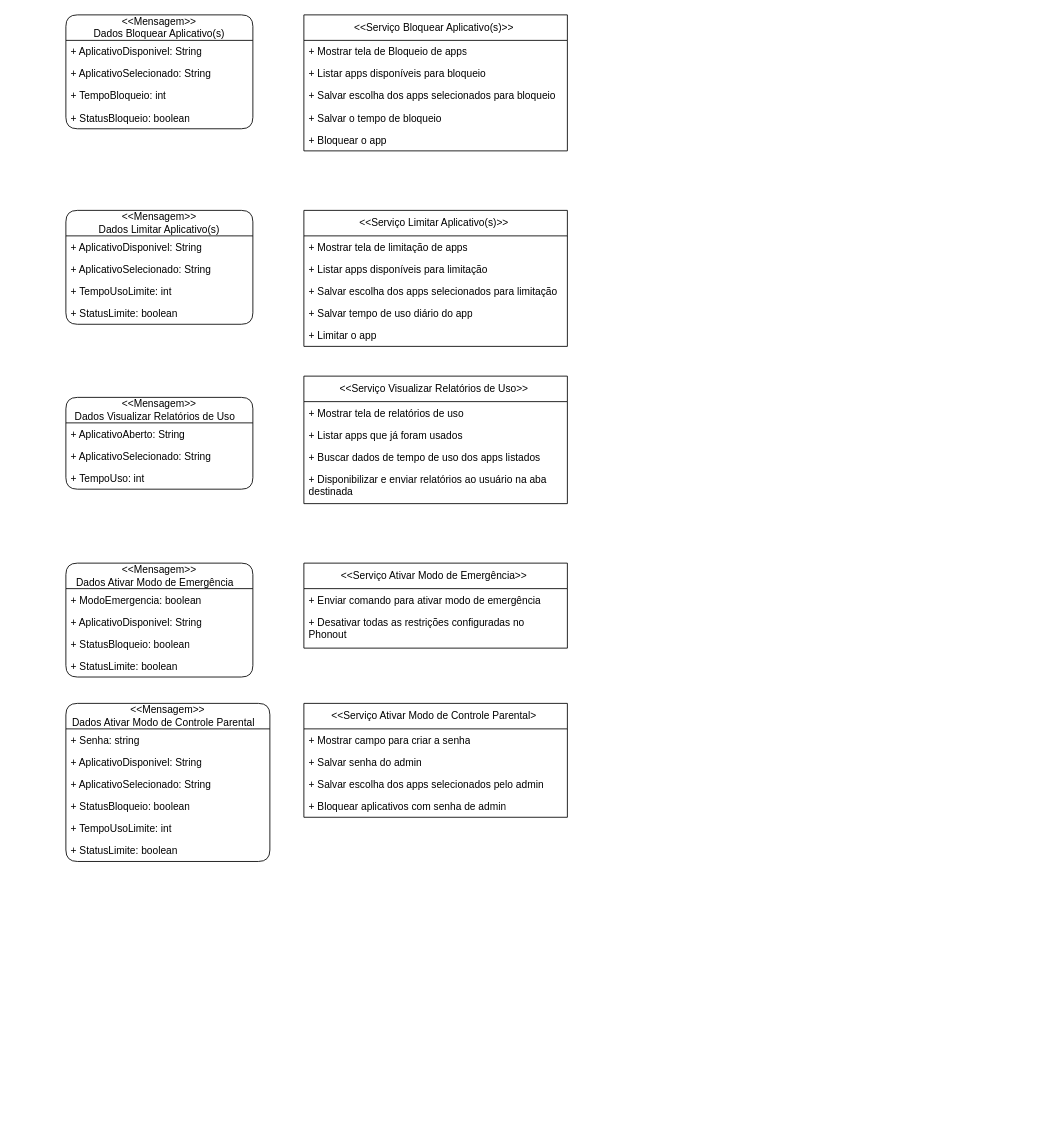
diegomeira2812/Phonout keeps this draw.io diagram as DIAGRAMAS/Design_EsquemaDeMensagens.drawio. Above is the earlier version. Source tidied: cells renumbered, new cells numbered last; positions are measured from the earlier drawing's top-left corner, leaving out a move shared by most shapes. Both pictures are drawn from the tidied source at 85%, with x=0, y=0 at pixel (65, 14).
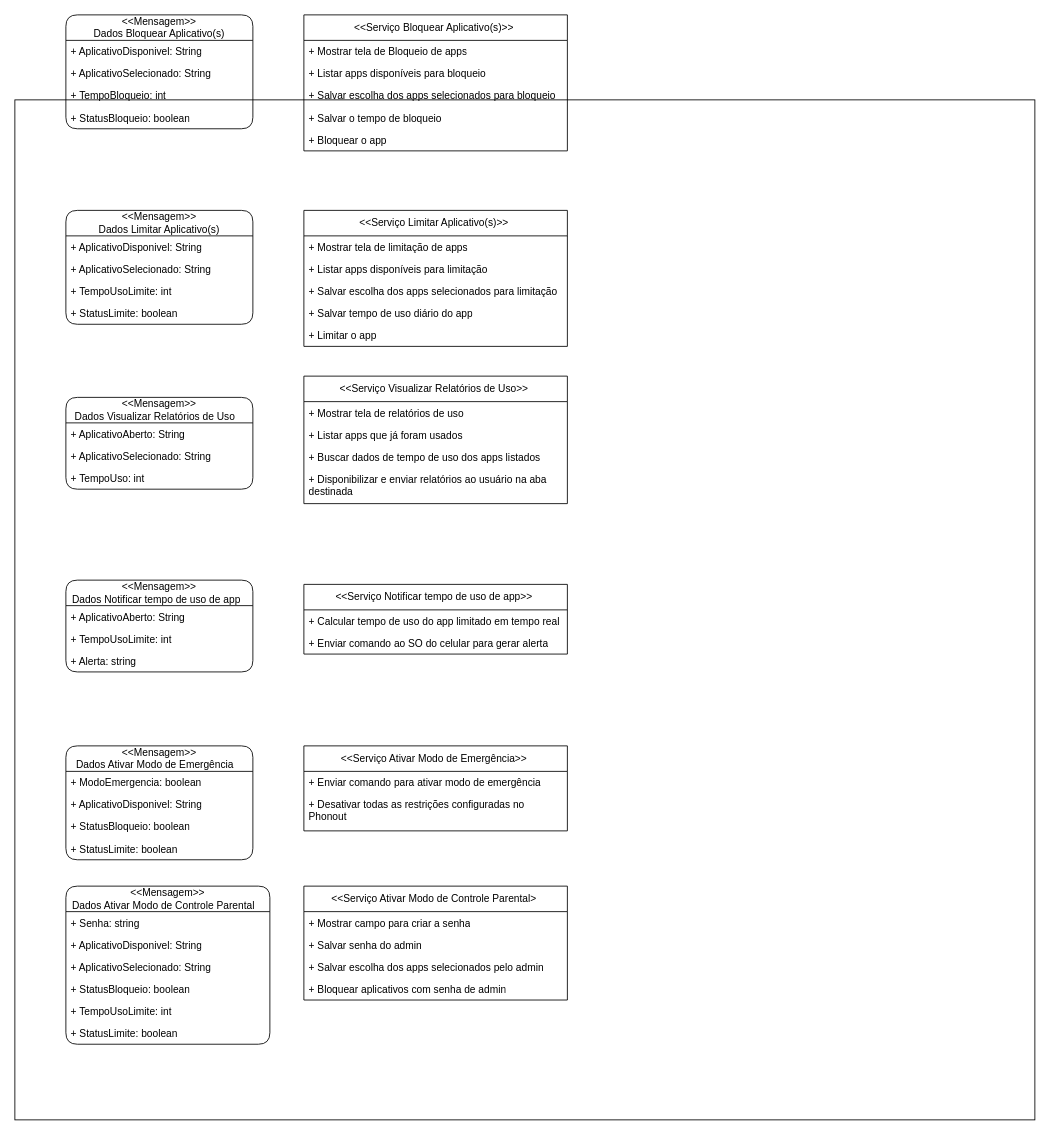
The same page after the edit.

Commit message (it also covers changes not shown here):
ATT esquema de mensagens(design)

The edit, as a diff of the source:
```diff
@@
+    <mxCell id="53" style="whiteSpace=wrap;html=1;" parent="1" vertex="1">
+      <mxGeometry x="-60" y="100" width="1200" height="1200" as="geometry" />
+    </mxCell>
@@
     <mxCell id="33" value="&amp;lt;&amp;lt;Mensagem&amp;gt;&amp;gt;&lt;div&gt;Dados Ativar Modo de Emergência&amp;nbsp; &amp;nbsp;&lt;/div&gt;" style="swimlane;fontStyle=0;horizontal=1;startSize=30;fillColor=none;whiteSpace=wrap;html=1;rounded=1;" parent="1" vertex="1">
-      <mxGeometry y="645" width="220" height="134" as="geometry" />
+      <mxGeometry y="860" width="220" height="134" as="geometry" />
     </mxCell>
@@
     <mxCell id="38" value="&amp;lt;&amp;lt;Serviço Ativar Modo de Emergência&amp;gt;&amp;gt;&amp;nbsp;" style="swimlane;fontStyle=0;horizontal=1;startSize=30;fillColor=none;whiteSpace=wrap;html=1;" parent="1" vertex="1">
-      <mxGeometry x="280" y="645" width="310" height="100" as="geometry" />
+      <mxGeometry x="280" y="860" width="310" height="100" as="geometry" />
     </mxCell>
@@
     <mxCell id="41" value="&amp;lt;&amp;lt;Mensagem&amp;gt;&amp;gt;&lt;div&gt;Dados Ativar Modo de Controle Parental&amp;nbsp; &amp;nbsp;&lt;/div&gt;" style="swimlane;fontStyle=0;horizontal=1;startSize=30;fillColor=none;whiteSpace=wrap;html=1;rounded=1;" parent="1" vertex="1">
-      <mxGeometry y="810" width="240" height="186" as="geometry" />
+      <mxGeometry y="1025" width="240" height="186" as="geometry" />
     </mxCell>
@@
     <mxCell id="48" value="&amp;lt;&amp;lt;Serviço Ativar Modo de Controle Parental&amp;gt;&amp;nbsp;" style="swimlane;fontStyle=0;horizontal=1;startSize=30;fillColor=none;whiteSpace=wrap;html=1;" parent="1" vertex="1">
-      <mxGeometry x="280" y="810" width="310" height="134" as="geometry" />
+      <mxGeometry x="280" y="1025" width="310" height="134" as="geometry" />
     </mxCell>
@@
+    <mxCell id="54" value="&amp;lt;&amp;lt;Mensagem&amp;gt;&amp;gt;&lt;div&gt;Dados Notificar tempo de uso de app &amp;nbsp;&lt;/div&gt;" style="swimlane;fontStyle=0;horizontal=1;startSize=30;fillColor=none;whiteSpace=wrap;html=1;rounded=1;" parent="1" vertex="1">
+      <mxGeometry y="665" width="220" height="108" as="geometry" />
+    </mxCell>
+    <mxCell id="55" value="+ AplicativoAberto: String" style="text;strokeColor=none;fillColor=none;align=left;verticalAlign=top;spacingLeft=4;spacingRight=4;overflow=hidden;whiteSpace=wrap;html=1;" parent="54" vertex="1">
+      <mxGeometry y="30" width="220" height="26" as="geometry" />
+    </mxCell>
+    <mxCell id="56" value="+ TempoUsoLimite: int" style="text;strokeColor=none;fillColor=none;align=left;verticalAlign=top;spacingLeft=4;spacingRight=4;overflow=hidden;whiteSpace=wrap;html=1;" parent="54" vertex="1">
+      <mxGeometry y="56" width="220" height="26" as="geometry" />
+    </mxCell>
+    <mxCell id="57" value="+ Alerta: string" style="text;strokeColor=none;fillColor=none;align=left;verticalAlign=top;spacingLeft=4;spacingRight=4;overflow=hidden;whiteSpace=wrap;html=1;" parent="54" vertex="1">
+      <mxGeometry y="82" width="220" height="26" as="geometry" />
+    </mxCell>
+    <mxCell id="58" value="&amp;lt;&amp;lt;Serviço Notificar tempo de uso de app&amp;gt;&amp;gt;&amp;nbsp;" style="swimlane;fontStyle=0;horizontal=1;startSize=30;fillColor=none;whiteSpace=wrap;html=1;" parent="1" vertex="1">
+      <mxGeometry x="280" y="670" width="310" height="82" as="geometry" />
+    </mxCell>
+    <mxCell id="59" value="+ Calcular tempo de uso do app limitado em tempo real" style="text;strokeColor=none;fillColor=none;align=left;verticalAlign=top;spacingLeft=4;spacingRight=4;overflow=hidden;whiteSpace=wrap;html=1;" parent="58" vertex="1">
+      <mxGeometry y="30" width="310" height="26" as="geometry" />
+    </mxCell>
+    <mxCell id="60" value="+ Enviar comando ao SO do celular para gerar alerta" style="text;strokeColor=none;fillColor=none;align=left;verticalAlign=top;spacingLeft=4;spacingRight=4;overflow=hidden;whiteSpace=wrap;html=1;" parent="58" vertex="1">
+      <mxGeometry y="56" width="310" height="26" as="geometry" />
+    </mxCell>
```
